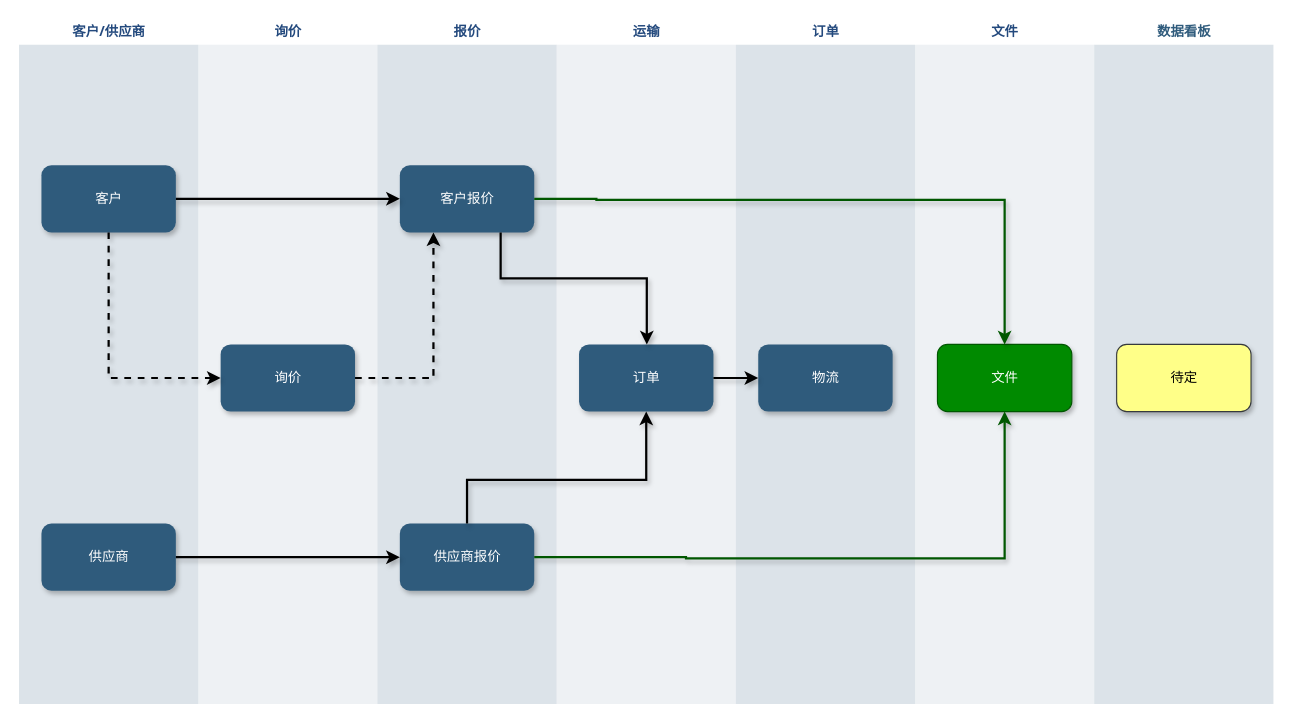
xiaoming728/draw keeps this draw.io diagram as 货代关系图.drawio. Above is the earlier version. Source tidied: cells renumbered, new cells numbered last; positions are measured from the earlier drawing's top-left corner, leaving out a move shared by most shapes. Both pictures are drawn from the tidied source at 112%, with x=0, y=0 at pixel (18, 18).
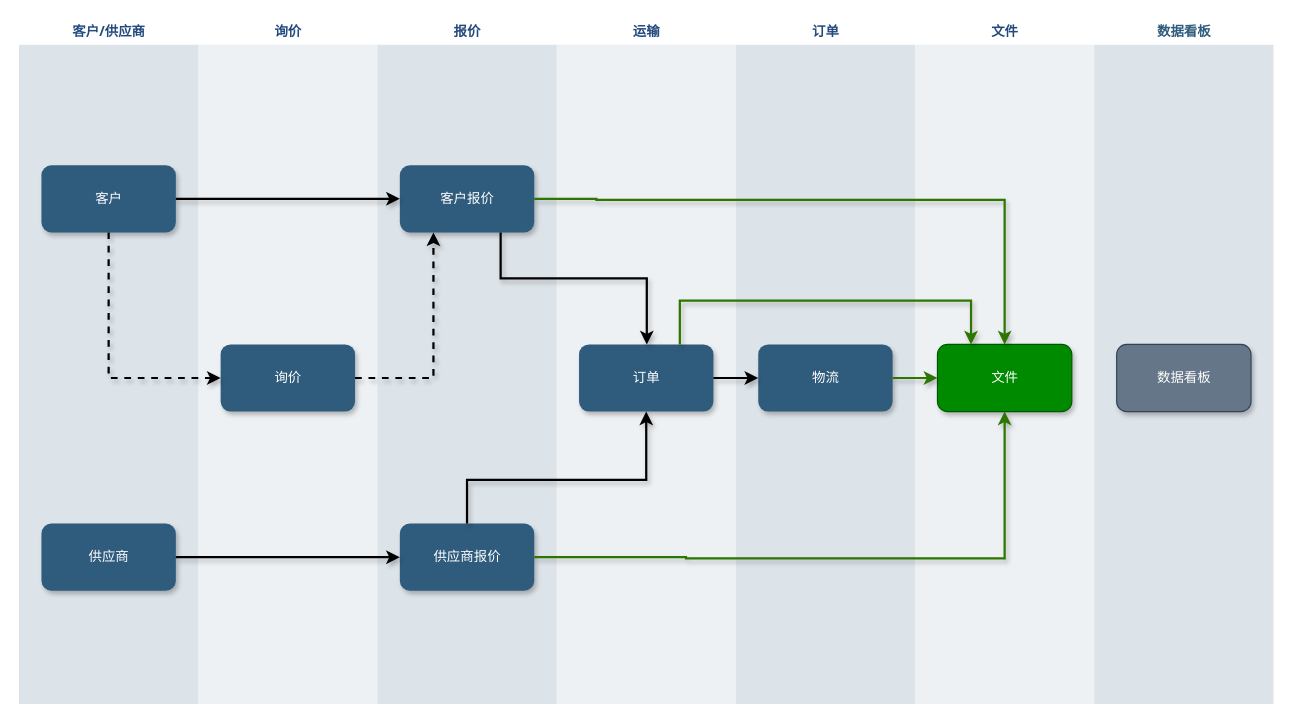
Above is the later version.

Commit message (it also covers changes not shown here):
更新货代关系图.drawio

The change refers to these unchanged cells:
```xml
<mxCell id="6" value="文件" style="whiteSpace=wrap;strokeColor=#005700;fillColor=#008a00;shadow=1;fontFamily=Helvetica;fontStyle=0;html=1;fontSize=12;spacing=6;verticalAlign=middle;fontColor=#ffffff;rounded=1;glass=0;" parent="5" vertex="1">
  <mxGeometry x="20" y="290.5" width="120" height="60" as="geometry" />
</mxCell>
<mxCell id="8" value="物流" style="whiteSpace=wrap;fillColor=#2f5b7c;strokeColor=none;shadow=1;fontColor=#FFFFFF;fontFamily=Helvetica;fontStyle=0;html=1;fontSize=12;spacing=6;verticalAlign=middle;rounded=1;glass=0;" parent="7" vertex="1">
  <mxGeometry x="20" y="290.5" width="120" height="60" as="geometry" />
</mxCell>
<mxCell id="12" value="客户报价" style="whiteSpace=wrap;shadow=1;fontColor=#FFFFFF;fontFamily=Helvetica;fontStyle=0;html=1;fontSize=12;plain-purple;strokeColor=none;fillColor=#2f5b7c;gradientColor=none;spacing=6;verticalAlign=middle;rounded=1;glass=0;" parent="11" vertex="1">
  <mxGeometry x="20" y="130.5" width="120" height="60" as="geometry" />
</mxCell>
<mxCell id="13" value="供应商报价" style="whiteSpace=wrap;shadow=1;fontColor=#FFFFFF;fontFamily=Helvetica;fontStyle=0;html=1;fontSize=12;plain-purple;strokeColor=none;fillColor=#2f5b7c;gradientColor=none;spacing=6;verticalAlign=middle;rounded=1;glass=0;" parent="11" vertex="1">
  <mxGeometry x="20" y="450.5" width="120" height="60" as="geometry" />
</mxCell>
<mxCell id="15" value="订单" style="whiteSpace=wrap;strokeColor=none;fillColor=#2f5b7c;shadow=1;fontColor=#FFFFFF;fontFamily=Helvetica;fontStyle=0;html=1;fontSize=12;spacing=6;verticalAlign=middle;rounded=1;glass=0;" parent="14" vertex="1">
  <mxGeometry x="20" y="290.5" width="120" height="60" as="geometry" />
</mxCell>
<mxCell id="16" value="数据看板" style="swimlane;whiteSpace=wrap;fillColor=none;swimlaneFillColor=#BAC8D3;fontColor=#2F5B7C;fontFamily=Tahoma;html=1;strokeColor=none;opacity=50;rounded=0;glass=0;" parent="1" vertex="1">
  <mxGeometry x="960.5" y="0.5" width="160" height="611.5" as="geometry" />
</mxCell>
```

Diff of the diagram source:
```diff
@@
-    <mxCell id="17" value="待定" style="whiteSpace=wrap;shadow=1;fontFamily=Helvetica;fontStyle=0;html=1;fontSize=12;spacing=6;verticalAlign=middle;fillColor=#ffff88;strokeColor=#36393d;rounded=1;" parent="16" vertex="1">
+    <mxCell id="17" value="数据看板" style="whiteSpace=wrap;shadow=1;fontFamily=Helvetica;fontStyle=0;html=1;fontSize=12;spacing=6;verticalAlign=middle;fillColor=#647687;strokeColor=#314354;rounded=1;fontColor=#ffffff;" parent="16" vertex="1">
       <mxGeometry x="20" y="290.5" width="120" height="60" as="geometry" />
     </mxCell>
@@
-    <mxCell id="21" style="edgeStyle=orthogonalEdgeStyle;rounded=0;jettySize=auto;html=1;exitX=1;exitY=0.5;exitDx=0;exitDy=0;entryX=0.5;entryY=0;entryDx=0;entryDy=0;strokeWidth=2;fillColor=#008a00;strokeColor=#005700;shadow=1;flowAnimation=0;" parent="1" edge="1" source="12" target="6">
+    <mxCell id="21" style="edgeStyle=orthogonalEdgeStyle;rounded=0;jettySize=auto;html=1;exitX=1;exitY=0.5;exitDx=0;exitDy=0;entryX=0.5;entryY=0;entryDx=0;entryDy=0;strokeWidth=2;fillColor=#60a917;strokeColor=#2D7600;shadow=1;flowAnimation=0;" parent="1" edge="1" source="12" target="6">
       <mxGeometry relative="1" as="geometry">
         <Array as="points">
           <mxPoint x="516" y="161" />
           <mxPoint x="881" y="162" />
         </Array>
       </mxGeometry>
     </mxCell>
@@
-    <mxCell id="23" style="edgeStyle=orthogonalEdgeStyle;rounded=0;jettySize=auto;html=1;exitX=1;exitY=0.5;exitDx=0;exitDy=0;entryX=0.5;entryY=1;entryDx=0;entryDy=0;strokeWidth=2;fillColor=#008a00;strokeColor=#005700;shadow=1;flowAnimation=0;" parent="1" edge="1" source="13" target="6">
+    <mxCell id="23" style="edgeStyle=orthogonalEdgeStyle;rounded=0;jettySize=auto;html=1;exitX=1;exitY=0.5;exitDx=0;exitDy=0;entryX=0.5;entryY=1;entryDx=0;entryDy=0;strokeWidth=2;fillColor=#60a917;strokeColor=#2D7600;shadow=1;flowAnimation=0;" parent="1" edge="1" source="13" target="6">
       <mxGeometry relative="1" as="geometry">
         <Array as="points">
           <mxPoint x="596" y="481" />
           <mxPoint x="881" y="482" />
         </Array>
       </mxGeometry>
     </mxCell>
@@
+    <mxCell id="27" style="edgeStyle=orthogonalEdgeStyle;rounded=0;jettySize=auto;html=1;exitX=0.75;exitY=0;exitDx=0;exitDy=0;entryX=0.25;entryY=0;entryDx=0;entryDy=0;strokeWidth=2;fillColor=#60a917;strokeColor=#2D7600;shadow=1;" parent="1" edge="1" source="15" target="6">
+      <mxGeometry relative="1" as="geometry">
+        <Array as="points">
+          <mxPoint x="591" y="252" />
+          <mxPoint x="851" y="252" />
+        </Array>
+      </mxGeometry>
+    </mxCell>
+    <mxCell id="28" style="edgeStyle=orthogonalEdgeStyle;rounded=0;jettySize=auto;html=1;exitX=1;exitY=0.5;exitDx=0;exitDy=0;entryX=0;entryY=0.5;entryDx=0;entryDy=0;strokeWidth=2;fillColor=#60a917;strokeColor=#2D7600;shadow=1;" parent="1" edge="1" source="8" target="6">
+      <mxGeometry relative="1" as="geometry" />
+    </mxCell>
```
